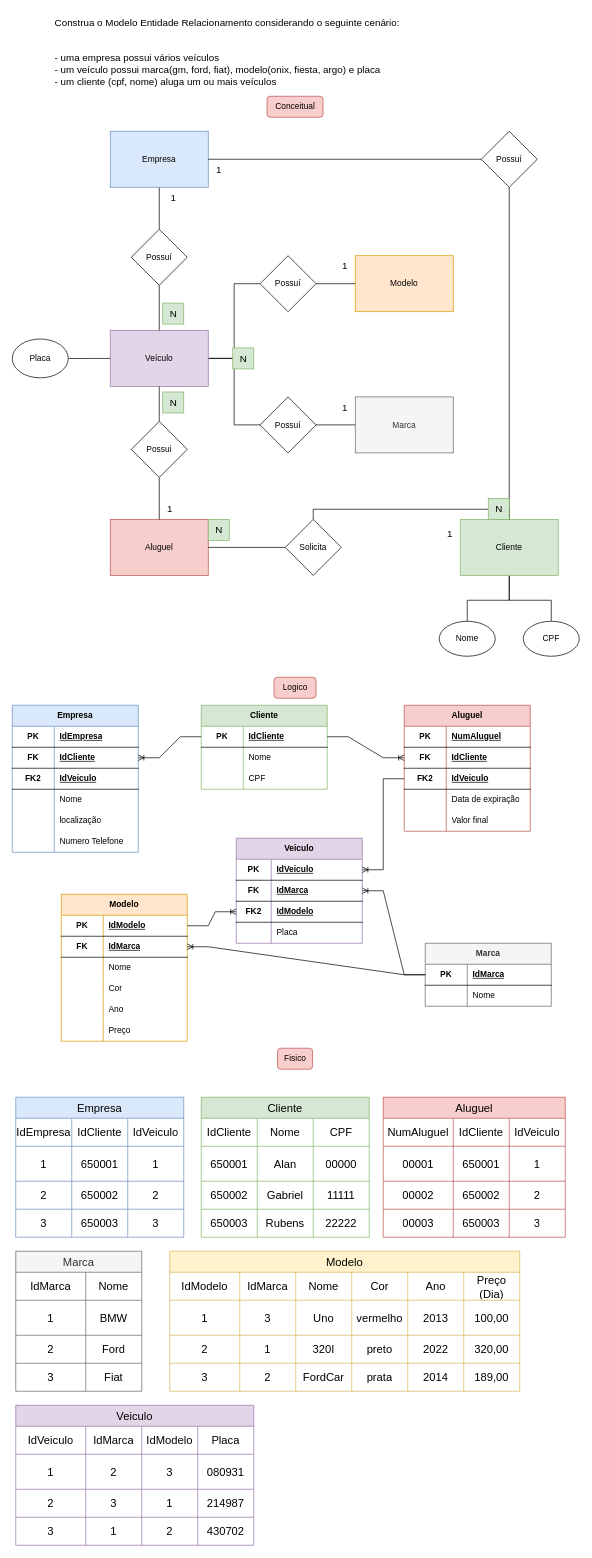
Before: page "EX1.2" (3 of 5) of Exercícios/Respostas em draw.io/Execícios_bd.drawio in LeonKene-hub/Senai_sprint1_bd, a draw.io diagram. Source tidied: cells renumbered, new cells numbered last; positions are measured from the earlier drawing's top-left corner, leaving out a move shared by most shapes. Both pictures are drawn from the tidied source at 70%, with x=0, y=0 at pixel (12, 12).
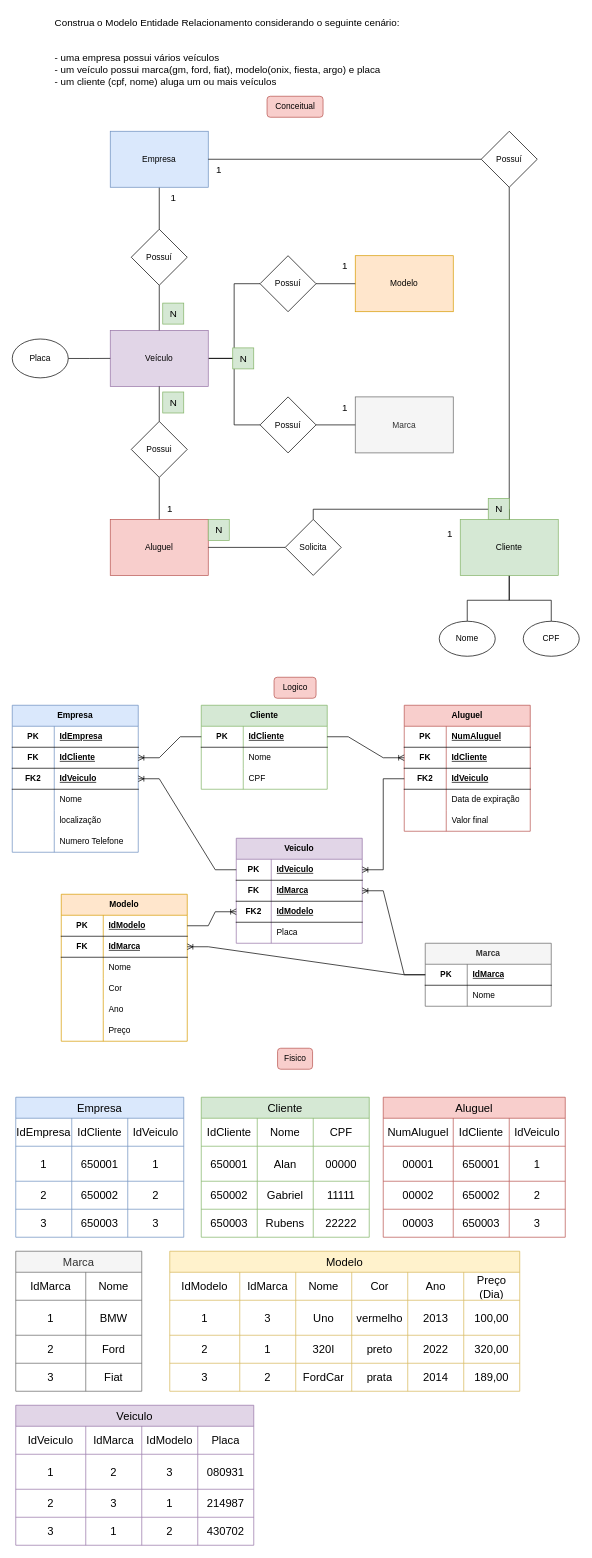
The same diagram, later.

Unchanged cells that the change refers to:
```xml
<mxCell id="78" style="shape=tableRow;horizontal=0;startSize=0;swimlaneHead=0;swimlaneBody=0;fillColor=none;points=[[0,0.5],[1,0.5]];portConstraint=eastwest;top=0;left=0;right=0;bottom=1;html=1;" parent="77" vertex="1">
  <mxGeometry y="30" width="180" height="30" as="geometry" />
</mxCell>
<mxCell id="97" style="shape=tableRow;horizontal=0;startSize=0;swimlaneHead=0;swimlaneBody=0;fillColor=none;points=[[0,0.5],[1,0.5]];portConstraint=eastwest;top=0;left=0;right=0;bottom=1;html=1;" parent="90" vertex="1">
  <mxGeometry y="90" width="180" height="30" as="geometry" />
</mxCell>
```

Diff of the diagram source:
```diff
@@
+    <mxCell id="251" style="edgeStyle=entityRelationEdgeStyle;fontSize=12;html=1;endArrow=ERoneToMany;rounded=0;exitX=0;exitY=0.5;exitDx=0;exitDy=0;entryX=1;entryY=0.5;entryDx=0;entryDy=0;" parent="1" edge="1" source="78" target="97">
+      <mxGeometry relative="1" as="geometry" />
+    </mxCell>
```
